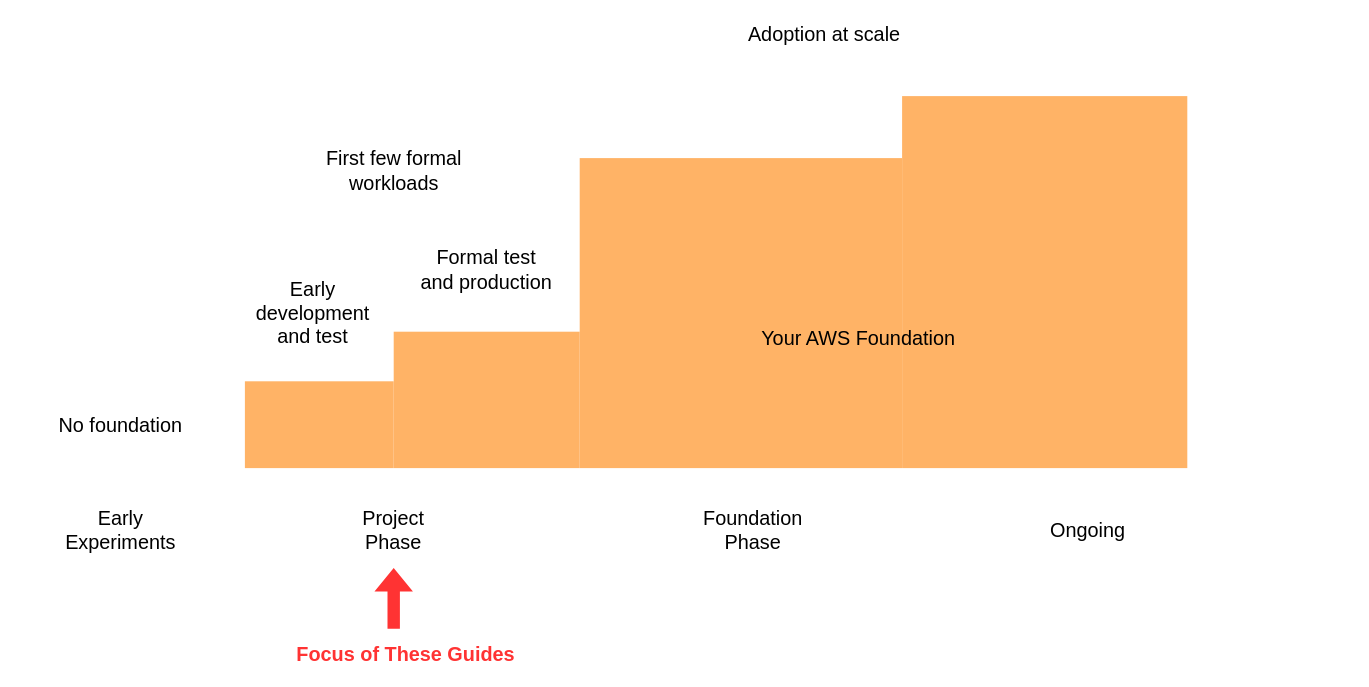
Earlier version of the draw.io diagram page "foundation" (6 of 6) of images/initial-foundation.drawio (atimpone/aws-foundation-journey). Source tidied: cells renumbered, new cells numbered last; positions are measured from the earlier drawing's top-left corner, leaving out a move shared by most shapes. Both pictures are drawn from the tidied source at 124%, with x=0, y=0 at pixel (21, 21).
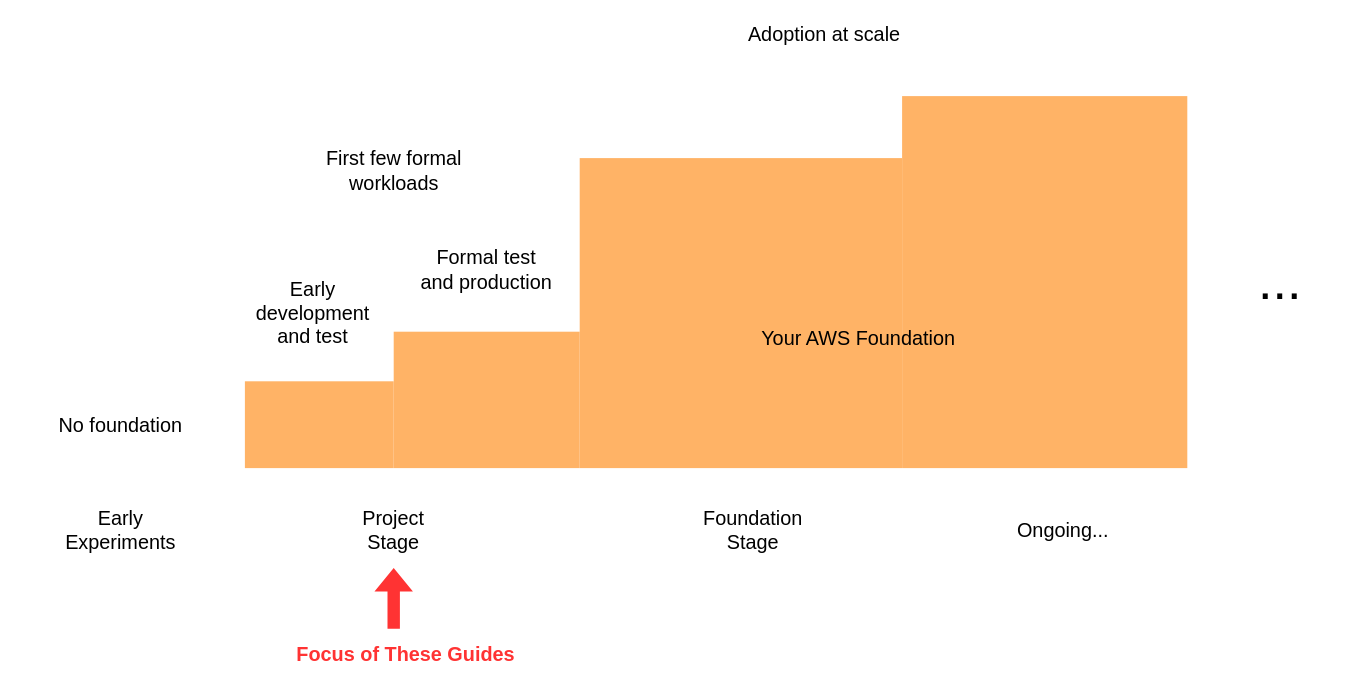
The same diagram, later.

Commit message (it also covers changes not shown here):
tweaked foundation diagram

Diff of the diagram source:
```diff
@@
 <mxGraphModel>
   <root>
     <mxCell id="0" />
     <mxCell id="1" parent="0" />
     <mxCell id="2" style="rounded=0;whiteSpace=wrap;html=1;fontSize=16;fontColor=#ff3333;fillColor=#ffb366;strokeColor=none;" parent="1" vertex="1">
       <mxGeometry x="180" y="290" width="120" height="70" as="geometry" />
     </mxCell>
     <mxCell id="3" style="rounded=0;whiteSpace=wrap;html=1;fontSize=16;fontColor=#ff3333;fillColor=#ffb366;strokeColor=none;" parent="1" vertex="1">
       <mxGeometry x="300" y="250" width="150" height="110" as="geometry" />
     </mxCell>
     <mxCell id="4" style="rounded=0;whiteSpace=wrap;html=1;fontSize=16;fontColor=#ff3333;fillColor=#ffb366;strokeColor=none;" parent="1" vertex="1">
       <mxGeometry x="450" y="110" width="260" height="250" as="geometry" />
     </mxCell>
-    <mxCell id="5" value="Project Phase" style="text;html=1;strokeColor=none;fillColor=none;align=center;verticalAlign=middle;whiteSpace=wrap;rounded=0;fontSize=16;fontColor=#000000;" parent="1" vertex="1">
+    <mxCell id="5" value="Project Stage" style="text;html=1;strokeColor=none;fillColor=none;align=center;verticalAlign=middle;whiteSpace=wrap;rounded=0;fontSize=16;fontColor=#000000;" parent="1" vertex="1">
       <mxGeometry x="280" y="400" width="40" height="20" as="geometry" />
     </mxCell>
-    <mxCell id="6" value="Foundation&lt;br&gt;Phase" style="text;html=1;strokeColor=none;fillColor=none;align=center;verticalAlign=middle;whiteSpace=wrap;rounded=0;fontSize=16;fontColor=#000000;" parent="1" vertex="1">
+    <mxCell id="6" value="Foundation&lt;br&gt;Stage" style="text;html=1;strokeColor=none;fillColor=none;align=center;verticalAlign=middle;whiteSpace=wrap;rounded=0;fontSize=16;fontColor=#000000;" parent="1" vertex="1">
       <mxGeometry x="570" y="400" width="40" height="20" as="geometry" />
     </mxCell>
     <mxCell id="7" style="rounded=0;whiteSpace=wrap;html=1;fontSize=16;fontColor=#ff3333;fillColor=#ffb366;strokeColor=none;" parent="1" vertex="1">
       <mxGeometry x="710" y="60" width="230" height="300" as="geometry" />
     </mxCell>
     <mxCell id="8" value="Early&lt;br&gt;Experiments" style="text;html=1;strokeColor=none;fillColor=none;align=center;verticalAlign=middle;whiteSpace=wrap;rounded=0;fontSize=16;fontColor=#000000;" parent="1" vertex="1">
       <mxGeometry y="400" width="160" height="20" as="geometry" />
     </mxCell>
-    <mxCell id="9" value="Ongoing" style="text;html=1;strokeColor=none;fillColor=none;align=center;verticalAlign=middle;whiteSpace=wrap;rounded=0;fontSize=16;fontColor=#000000;" parent="1" vertex="1">
-      <mxGeometry x="840" y="400" width="40" height="20" as="geometry" />
+    <mxCell id="9" value="Ongoing..." style="text;html=1;strokeColor=none;fillColor=none;align=center;verticalAlign=middle;whiteSpace=wrap;rounded=0;fontSize=16;fontColor=#000000;" parent="1" vertex="1">
+      <mxGeometry x="820" y="400" width="40" height="20" as="geometry" />
     </mxCell>
     <mxCell id="10" value="Early development and test" style="text;html=1;strokeColor=none;fillColor=none;align=center;verticalAlign=middle;whiteSpace=wrap;rounded=0;fontSize=16;fontColor=#000000;" parent="1" vertex="1">
       <mxGeometry x="180" y="225" width="110" height="20" as="geometry" />
     </mxCell>
     <mxCell id="11" value="Formal test and production" style="text;html=1;strokeColor=none;fillColor=none;align=center;verticalAlign=middle;whiteSpace=wrap;rounded=0;fontSize=16;fontColor=#000000;" parent="1" vertex="1">
       <mxGeometry x="320" y="190" width="110" height="20" as="geometry" />
     </mxCell>
     <mxCell id="12" value="Adoption at scale" style="text;html=1;strokeColor=none;fillColor=none;align=center;verticalAlign=middle;whiteSpace=wrap;rounded=0;fontSize=16;fontColor=#000000;" parent="1" vertex="1">
       <mxGeometry x="570" width="155" height="20" as="geometry" />
     </mxCell>
     <mxCell id="13" value="Focus of These Guides" style="text;html=1;strokeColor=none;fillColor=none;align=center;verticalAlign=middle;whiteSpace=wrap;rounded=0;fontSize=16;fontColor=#ff3333;fontStyle=1;" parent="1" vertex="1">
       <mxGeometry x="190" y="500" width="240" height="20" as="geometry" />
     </mxCell>
     <mxCell id="14" style="shape=flexArrow;endArrow=classic;html=1;fontSize=16;fontColor=#ff3333;labelBackgroundColor=#ff3333;fillColor=#ff3333;strokeColor=none;" parent="1" edge="1">
       <mxGeometry relative="1" as="geometry">
         <mxPoint x="300" y="490" as="sourcePoint" />
         <mxPoint x="300" y="440" as="targetPoint" />
       </mxGeometry>
     </mxCell>
     <mxCell id="15" value="Your AWS Foundation" style="text;html=1;strokeColor=none;fillColor=none;align=center;verticalAlign=middle;whiteSpace=wrap;rounded=0;fontSize=16;fontColor=#000000;" parent="1" vertex="1">
       <mxGeometry x="570" y="245" width="210" height="20" as="geometry" />
     </mxCell>
     <mxCell id="16" value="First few formal workloads" style="text;html=1;strokeColor=none;fillColor=none;align=center;verticalAlign=middle;whiteSpace=wrap;rounded=0;fontSize=16;fontColor=#000000;" parent="1" vertex="1">
       <mxGeometry x="222.5" y="110" width="155" height="20" as="geometry" />
     </mxCell>
     <mxCell id="17" value="No foundation" style="text;html=1;strokeColor=none;fillColor=none;align=center;verticalAlign=middle;whiteSpace=wrap;rounded=0;fontSize=16;fontColor=#000000;" parent="1" vertex="1">
       <mxGeometry x="25" y="315" width="110" height="20" as="geometry" />
     </mxCell>
+    <mxCell id="18" value="&lt;font style=&quot;font-size: 42px&quot;&gt;...&lt;/font&gt;" style="text;html=1;strokeColor=none;fillColor=none;align=center;verticalAlign=middle;whiteSpace=wrap;rounded=0;fontSize=16;fontColor=#000000;" parent="1" vertex="1">
+      <mxGeometry x="960" y="192.5" width="110" height="35" as="geometry" />
+    </mxCell>
   </root>
 </mxGraphModel>
```
